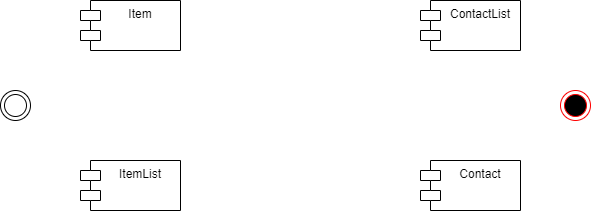
Earlier version of the draw.io export Communicating Architecture/UML Component Diagram/Mobile App UML Component Diagram.png (smitbmx/Architecture-Diagrams). Source tidied: cells renumbered, new cells last; positions are measured from the earlier drawing's top-left corner, leaving out a move shared by most shapes.
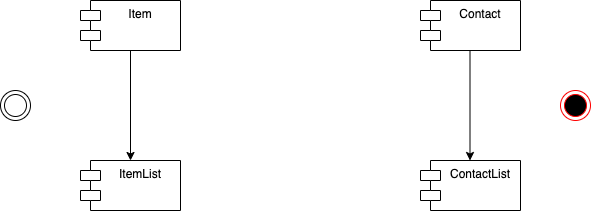
Above is the later version.

Change to the diagram source:
```diff
@@ -6,10 +6,10 @@
       <mxGeometry x="80" width="100" height="50" as="geometry" />
     </mxCell>
     <mxCell id="3" value="ContactList" style="shape=module;align=left;spacingLeft=20;align=center;verticalAlign=top;" parent="1" vertex="1">
-      <mxGeometry x="420" width="100" height="50" as="geometry" />
+      <mxGeometry x="420" y="160" width="100" height="50" as="geometry" />
     </mxCell>
     <mxCell id="4" value="Contact" style="shape=module;align=left;spacingLeft=20;align=center;verticalAlign=top;" parent="1" vertex="1">
-      <mxGeometry x="420" y="160" width="100" height="50" as="geometry" />
+      <mxGeometry x="420" width="100" height="50" as="geometry" />
     </mxCell>
     <mxCell id="5" value="ItemList" style="shape=module;align=left;spacingLeft=20;align=center;verticalAlign=top;" parent="1" vertex="1">
       <mxGeometry x="80" y="160" width="100" height="50" as="geometry" />
@@ -20,5 +20,14 @@
     <mxCell id="7" style="ellipse;html=1;shape=endState;fillColor=#000000;strokeColor=#ff0000;" parent="1" vertex="1">
       <mxGeometry x="560" y="90" width="30" height="30" as="geometry" />
     </mxCell>
+    <mxCell id="8" style="endArrow=classic;html=1;exitX=0.5;exitY=1;exitDx=0;exitDy=0;entryX=0.5;entryY=0;entryDx=0;entryDy=0;" parent="1" edge="1" source="2" target="5">
+      <mxGeometry relative="1" as="geometry" />
+    </mxCell>
+    <mxCell id="9" style="endArrow=classic;html=1;exitX=0.5;exitY=1;exitDx=0;exitDy=0;entryX=0.5;entryY=0;entryDx=0;entryDy=0;" parent="1" edge="1">
+      <mxGeometry relative="1" as="geometry">
+        <mxPoint x="469.5" y="50" as="sourcePoint" />
+        <mxPoint x="469.5" y="160" as="targetPoint" />
+      </mxGeometry>
+    </mxCell>
   </root>
 </mxGraphModel>
```
